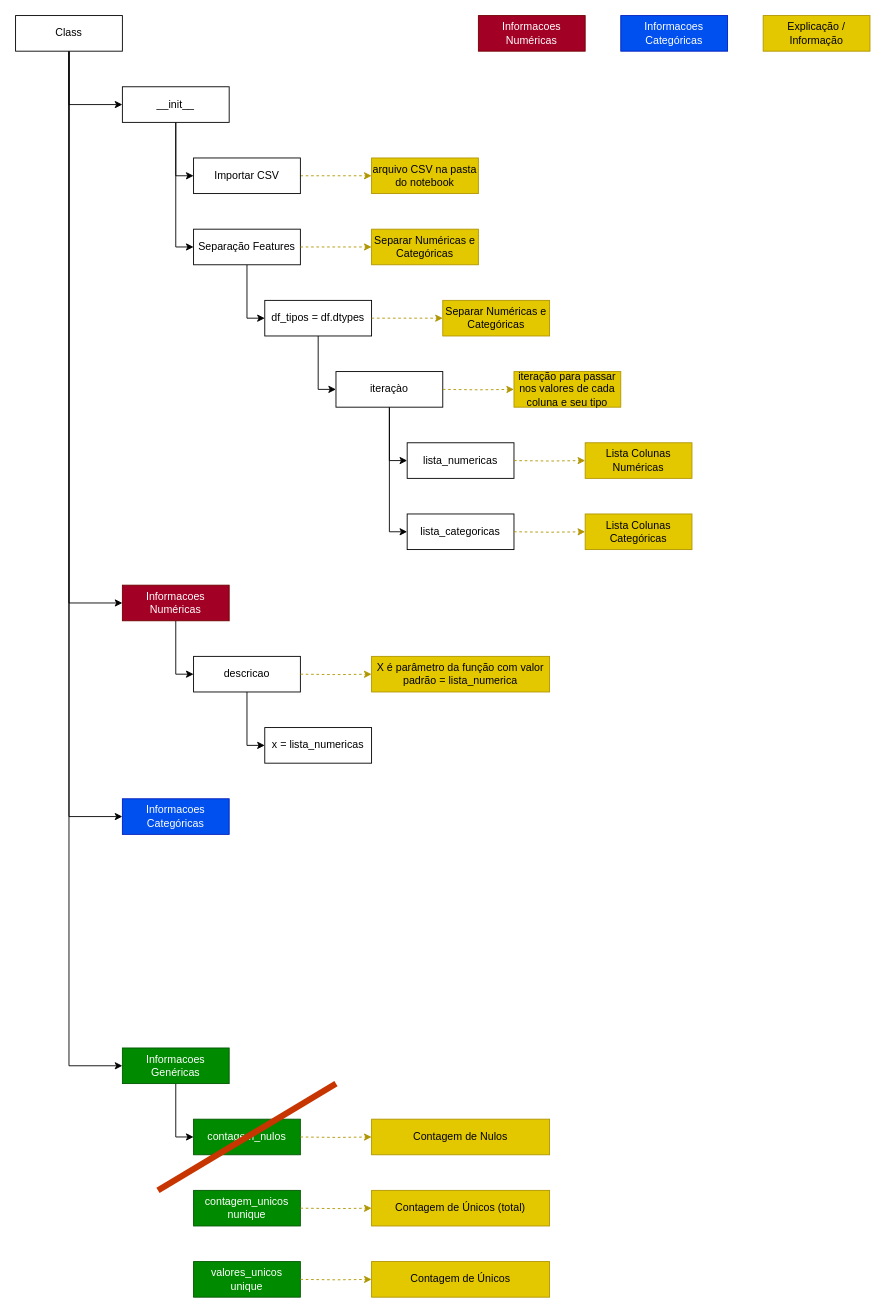
This is assets/Projeto_DataViz.drawio from MarceloHenriques/Projeto_Data_Quality, a draw.io file, before an edit. Source tidied: cells renumbered, new cells numbered last; positions are measured from the earlier drawing's top-left corner, leaving out a move shared by most shapes. Both pictures are drawn from the tidied source at 89%, with x=0, y=0 at pixel (15, 15).
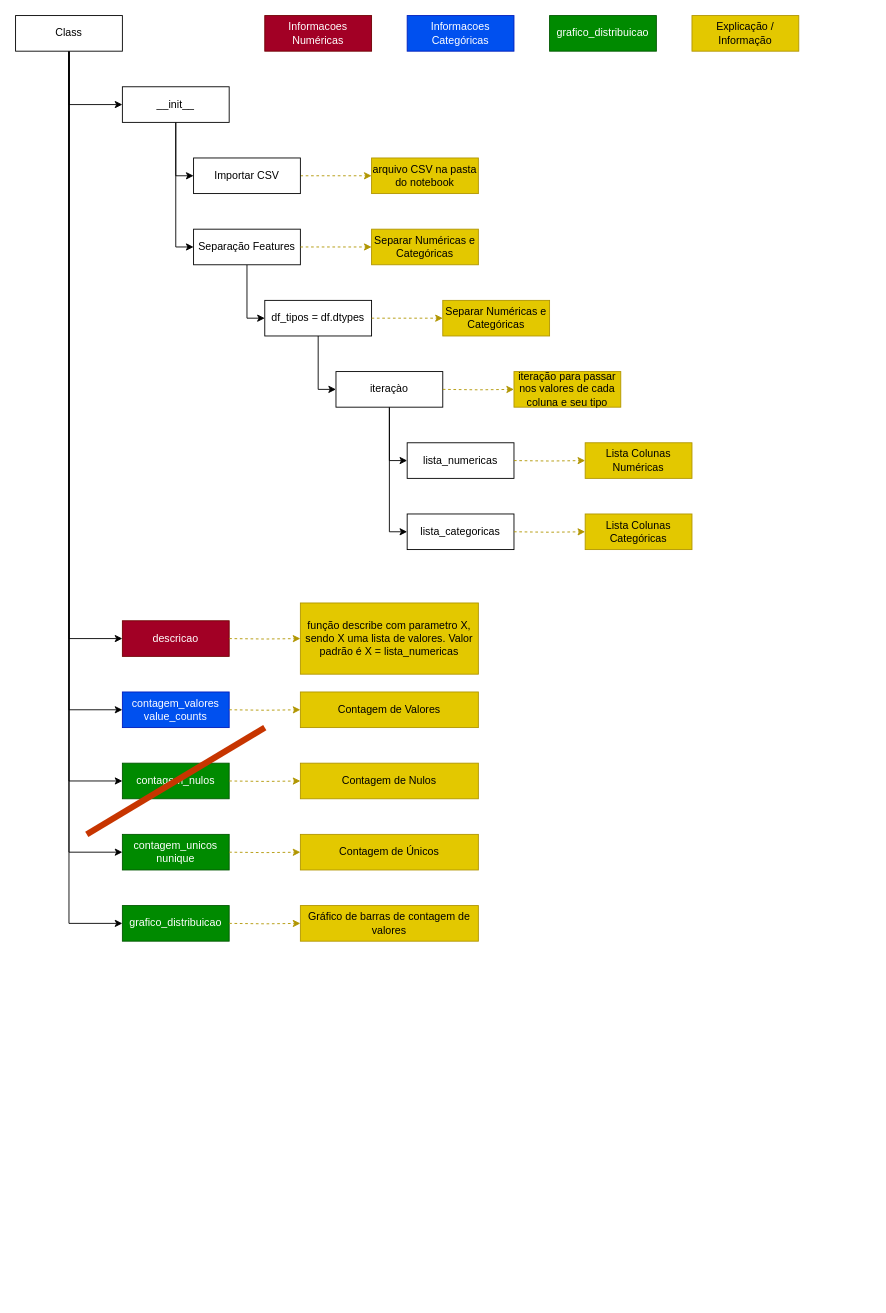
Above is the later version.

Unchanged cells that the change refers to:
```xml
<mxCell id="6" value="Class" style="rounded=0;whiteSpace=wrap;html=1;" parent="1" vertex="1">
  <mxGeometry width="120" height="40" as="geometry" />
</mxCell>
<mxCell id="41" value="__init__" style="rounded=0;whiteSpace=wrap;html=1;" parent="1" vertex="1">
  <mxGeometry x="120" y="80" width="120" height="40" as="geometry" />
</mxCell>
```

Change to the diagram source:
```diff
@@
-    <mxCell id="2" style="edgeStyle=orthogonalEdgeStyle;rounded=0;jettySize=auto;html=1;entryX=0;entryY=0.5;entryDx=0;entryDy=0;" parent="1" edge="1" source="6" target="15">
-      <mxGeometry relative="1" as="geometry" />
-    </mxCell>
-    <mxCell id="3" style="edgeStyle=orthogonalEdgeStyle;rounded=0;jettySize=auto;html=1;entryX=0;entryY=0.5;entryDx=0;entryDy=0;" parent="1" edge="1" source="6" target="31">
-      <mxGeometry relative="1" as="geometry" />
-    </mxCell>
-    <mxCell id="4" style="edgeStyle=orthogonalEdgeStyle;rounded=0;jettySize=auto;html=1;entryX=0;entryY=0.5;entryDx=0;entryDy=0;" parent="1" edge="1" source="6" target="33">
+    <mxCell id="4" style="edgeStyle=orthogonalEdgeStyle;rounded=0;jettySize=auto;html=1;entryX=0;entryY=0.5;entryDx=0;entryDy=0;exitX=0.5;exitY=1;exitDx=0;exitDy=0;" parent="1" edge="1" source="6" target="49">
       <mxGeometry relative="1" as="geometry" />
     </mxCell>
-    <mxCell id="5" style="edgeStyle=orthogonalEdgeStyle;rounded=0;jettySize=auto;html=1;entryX=0;entryY=0.5;entryDx=0;entryDy=0;" parent="1" edge="1" source="6" target="41">
+    <mxCell id="5" style="edgeStyle=orthogonalEdgeStyle;rounded=0;jettySize=auto;html=1;entryX=0;entryY=0.5;entryDx=0;entryDy=0;exitX=0.5;exitY=1;exitDx=0;exitDy=0;" parent="1" edge="1" source="6" target="41">
       <mxGeometry relative="1" as="geometry" />
     </mxCell>
+    <mxCell id="55" style="edgeStyle=orthogonalEdgeStyle;rounded=0;jettySize=auto;html=1;entryX=0;entryY=0.5;entryDx=0;entryDy=0;exitX=0.5;exitY=1;exitDx=0;exitDy=0;" parent="1" edge="1" source="6" target="35">
+      <mxGeometry relative="1" as="geometry" />
+    </mxCell>
+    <mxCell id="56" style="edgeStyle=orthogonalEdgeStyle;rounded=0;jettySize=auto;html=1;entryX=0;entryY=0.5;entryDx=0;entryDy=0;exitX=0.5;exitY=1;exitDx=0;exitDy=0;" parent="1" edge="1" source="6" target="52">
+      <mxGeometry relative="1" as="geometry" />
+    </mxCell>
+    <mxCell id="57" style="edgeStyle=orthogonalEdgeStyle;rounded=0;jettySize=auto;html=1;entryX=0;entryY=0.5;entryDx=0;entryDy=0;exitX=0.5;exitY=1;exitDx=0;exitDy=0;" parent="1" edge="1" source="6" target="59">
+      <mxGeometry relative="1" as="geometry" />
+    </mxCell>
+    <mxCell id="58" style="edgeStyle=orthogonalEdgeStyle;rounded=0;jettySize=auto;html=1;entryX=0;entryY=0.5;entryDx=0;entryDy=0;exitX=0.5;exitY=1;exitDx=0;exitDy=0;" parent="1" edge="1" source="6" target="45">
+      <mxGeometry relative="1" as="geometry" />
+    </mxCell>
@@
-    <mxCell id="14" style="edgeStyle=orthogonalEdgeStyle;rounded=0;jettySize=auto;html=1;entryX=0;entryY=0.5;entryDx=0;entryDy=0;" parent="1" edge="1" source="15" target="35">
-      <mxGeometry relative="1" as="geometry" />
-    </mxCell>
-    <mxCell id="15" value="Informacoes Numéricas" style="rounded=0;whiteSpace=wrap;html=1;fillColor=#a20025;fontColor=#ffffff;strokeColor=#6F0000;" parent="1" vertex="1">
-      <mxGeometry x="120" y="640" width="120" height="40" as="geometry" />
-    </mxCell>
@@
-    <mxCell id="31" value="Informacoes Categóricas" style="rounded=0;whiteSpace=wrap;html=1;fillColor=#0050ef;fontColor=#ffffff;strokeColor=#001DBC;" parent="1" vertex="1">
-      <mxGeometry x="120" y="880" width="120" height="40" as="geometry" />
-    </mxCell>
-    <mxCell id="32" style="edgeStyle=orthogonalEdgeStyle;rounded=0;jettySize=auto;html=1;entryX=0;entryY=0.5;entryDx=0;entryDy=0;" parent="1" edge="1" source="33" target="45">
-      <mxGeometry relative="1" as="geometry" />
-    </mxCell>
-    <mxCell id="33" value="Informacoes Genéricas" style="rounded=0;whiteSpace=wrap;html=1;fillColor=#008a00;fontColor=#ffffff;strokeColor=#005700;" parent="1" vertex="1">
-      <mxGeometry x="120" y="1160" width="120" height="40" as="geometry" />
-    </mxCell>
-    <mxCell id="34" style="edgeStyle=orthogonalEdgeStyle;rounded=0;jettySize=auto;html=1;entryX=0;entryY=0.5;entryDx=0;entryDy=0;" parent="1" edge="1" source="35" target="36">
-      <mxGeometry relative="1" as="geometry" />
-    </mxCell>
-    <mxCell id="35" value="descricao" style="rounded=0;whiteSpace=wrap;html=1;" parent="1" vertex="1">
-      <mxGeometry x="200" y="720" width="120" height="40" as="geometry" />
+    <mxCell id="35" value="descricao" style="rounded=0;whiteSpace=wrap;html=1;fillColor=#a20025;fontColor=#ffffff;strokeColor=#6F0000;" parent="1" vertex="1">
+      <mxGeometry x="120" y="680" width="120" height="40" as="geometry" />
     </mxCell>
-    <mxCell id="36" value="x = lista_numericas" style="rounded=0;whiteSpace=wrap;html=1;" parent="1" vertex="1">
-      <mxGeometry x="280" y="800" width="120" height="40" as="geometry" />
-    </mxCell>
-    <mxCell id="37" value="X é parâmetro da função com valor padrão = lista_numerica" style="rounded=0;whiteSpace=wrap;html=1;fillColor=#e3c800;fontColor=#000000;strokeColor=#B09500;" parent="1" vertex="1">
-      <mxGeometry x="400" y="720" width="200" height="40" as="geometry" />
+    <mxCell id="37" value="função describe com parametro X, sendo X uma lista de valores. Valor padrão é X = lista_numericas" style="rounded=0;whiteSpace=wrap;html=1;fillColor=#e3c800;fontColor=#000000;strokeColor=#B09500;" parent="1" vertex="1">
+      <mxGeometry x="320" y="660" width="200" height="80" as="geometry" />
     </mxCell>
     <mxCell id="38" style="edgeStyle=orthogonalEdgeStyle;rounded=0;jettySize=auto;html=1;dashed=1;fillColor=#e3c800;strokeColor=#B09500;entryX=0;entryY=0.5;entryDx=0;entryDy=0;exitX=1;exitY=0.5;exitDx=0;exitDy=0;" parent="1" edge="1" target="37">
       <mxGeometry relative="1" as="geometry">
-        <mxPoint x="320" y="740" as="sourcePoint" />
+        <mxPoint x="240" y="700" as="sourcePoint" />
       </mxGeometry>
     </mxCell>
@@
     <mxCell id="42" value="Informacoes Numéricas" style="rounded=0;whiteSpace=wrap;html=1;fillColor=#a20025;fontColor=#ffffff;strokeColor=#6F0000;" parent="1" vertex="1">
-      <mxGeometry x="520" width="120" height="40" as="geometry" />
+      <mxGeometry x="280" width="120" height="40" as="geometry" />
     </mxCell>
     <mxCell id="43" value="Informacoes Categóricas" style="rounded=0;whiteSpace=wrap;html=1;fillColor=#0050ef;fontColor=#ffffff;strokeColor=#001DBC;" parent="1" vertex="1">
-      <mxGeometry x="680" width="120" height="40" as="geometry" />
+      <mxGeometry x="440" width="120" height="40" as="geometry" />
     </mxCell>
     <mxCell id="44" value="Explicação / Informação" style="rounded=0;whiteSpace=wrap;html=1;fillColor=#e3c800;fontColor=#000000;strokeColor=#B09500;" parent="1" vertex="1">
-      <mxGeometry x="840" width="120" height="40" as="geometry" />
+      <mxGeometry x="760" width="120" height="40" as="geometry" />
     </mxCell>
     <mxCell id="45" value="contagem_nulos" style="rounded=0;whiteSpace=wrap;html=1;fillColor=#008a00;fontColor=#ffffff;strokeColor=#005700;" parent="1" vertex="1">
-      <mxGeometry x="200" y="1240" width="120" height="40" as="geometry" />
+      <mxGeometry x="120" y="840" width="120" height="40" as="geometry" />
     </mxCell>
     <mxCell id="46" style="endArrow=none;html=1;rounded=0;strokeWidth=7;fillColor=#fa6800;strokeColor=#C73500;" parent="1" edge="1">
       <mxGeometry relative="1" as="geometry">
-        <mxPoint x="160" y="1320" as="sourcePoint" />
-        <mxPoint x="360" y="1200" as="targetPoint" />
+        <mxPoint x="80" y="920" as="sourcePoint" />
+        <mxPoint x="280" y="800" as="targetPoint" />
       </mxGeometry>
     </mxCell>
     <mxCell id="47" value="Contagem de Nulos" style="rounded=0;whiteSpace=wrap;html=1;fillColor=#e3c800;fontColor=#000000;strokeColor=#B09500;" parent="1" vertex="1">
-      <mxGeometry x="400" y="1240" width="200" height="40" as="geometry" />
+      <mxGeometry x="320" y="840" width="200" height="40" as="geometry" />
     </mxCell>
     <mxCell id="48" style="edgeStyle=orthogonalEdgeStyle;rounded=0;jettySize=auto;html=1;dashed=1;fillColor=#e3c800;strokeColor=#B09500;entryX=0;entryY=0.5;entryDx=0;entryDy=0;exitX=1;exitY=0.5;exitDx=0;exitDy=0;" parent="1" edge="1" target="47">
       <mxGeometry relative="1" as="geometry">
-        <mxPoint x="320" y="1260" as="sourcePoint" />
+        <mxPoint x="240" y="860" as="sourcePoint" />
       </mxGeometry>
     </mxCell>
     <mxCell id="49" value="contagem_unicos&lt;div&gt;nunique&lt;/div&gt;" style="rounded=0;whiteSpace=wrap;html=1;fillColor=#008a00;fontColor=#ffffff;strokeColor=#005700;" parent="1" vertex="1">
-      <mxGeometry x="200" y="1320" width="120" height="40" as="geometry" />
+      <mxGeometry x="120" y="920" width="120" height="40" as="geometry" />
     </mxCell>
-    <mxCell id="50" value="Contagem de Únicos (total)" style="rounded=0;whiteSpace=wrap;html=1;fillColor=#e3c800;fontColor=#000000;strokeColor=#B09500;" parent="1" vertex="1">
-      <mxGeometry x="400" y="1320" width="200" height="40" as="geometry" />
+    <mxCell id="50" value="Contagem de Únicos" style="rounded=0;whiteSpace=wrap;html=1;fillColor=#e3c800;fontColor=#000000;strokeColor=#B09500;" parent="1" vertex="1">
+      <mxGeometry x="320" y="920" width="200" height="40" as="geometry" />
     </mxCell>
     <mxCell id="51" style="edgeStyle=orthogonalEdgeStyle;rounded=0;jettySize=auto;html=1;dashed=1;fillColor=#e3c800;strokeColor=#B09500;entryX=0;entryY=0.5;entryDx=0;entryDy=0;exitX=1;exitY=0.5;exitDx=0;exitDy=0;" parent="1" edge="1" target="50">
       <mxGeometry relative="1" as="geometry">
-        <mxPoint x="320" y="1340" as="sourcePoint" />
+        <mxPoint x="240" y="940" as="sourcePoint" />
       </mxGeometry>
     </mxCell>
-    <mxCell id="52" value="valores_unicos&lt;div&gt;unique&lt;/div&gt;" style="rounded=0;whiteSpace=wrap;html=1;fillColor=#008a00;fontColor=#ffffff;strokeColor=#005700;" parent="1" vertex="1">
-      <mxGeometry x="200" y="1400" width="120" height="40" as="geometry" />
+    <mxCell id="52" value="contagem_valores&lt;div&gt;value_counts&lt;/div&gt;" style="rounded=0;whiteSpace=wrap;html=1;fillColor=#0050ef;fontColor=#ffffff;strokeColor=#001DBC;" parent="1" vertex="1">
+      <mxGeometry x="120" y="760" width="120" height="40" as="geometry" />
     </mxCell>
-    <mxCell id="53" value="Contagem de Únicos" style="rounded=0;whiteSpace=wrap;html=1;fillColor=#e3c800;fontColor=#000000;strokeColor=#B09500;" parent="1" vertex="1">
-      <mxGeometry x="400" y="1400" width="200" height="40" as="geometry" />
+    <mxCell id="53" value="Contagem de Valores" style="rounded=0;whiteSpace=wrap;html=1;fillColor=#e3c800;fontColor=#000000;strokeColor=#B09500;" parent="1" vertex="1">
+      <mxGeometry x="320" y="760" width="200" height="40" as="geometry" />
     </mxCell>
     <mxCell id="54" style="edgeStyle=orthogonalEdgeStyle;rounded=0;jettySize=auto;html=1;dashed=1;fillColor=#e3c800;strokeColor=#B09500;entryX=0;entryY=0.5;entryDx=0;entryDy=0;exitX=1;exitY=0.5;exitDx=0;exitDy=0;" parent="1" edge="1" target="53">
       <mxGeometry relative="1" as="geometry">
-        <mxPoint x="320" y="1420" as="sourcePoint" />
+        <mxPoint x="240" y="780" as="sourcePoint" />
       </mxGeometry>
     </mxCell>
+    <mxCell id="59" value="grafico_distribuicao" style="rounded=0;whiteSpace=wrap;html=1;fillColor=#008a00;fontColor=#ffffff;strokeColor=#005700;" parent="1" vertex="1">
+      <mxGeometry x="120" y="1000" width="120" height="40" as="geometry" />
+    </mxCell>
+    <mxCell id="60" value="Gráfico de barras de contagem de valores" style="rounded=0;whiteSpace=wrap;html=1;fillColor=#e3c800;fontColor=#000000;strokeColor=#B09500;" parent="1" vertex="1">
+      <mxGeometry x="320" y="1000" width="200" height="40" as="geometry" />
+    </mxCell>
+    <mxCell id="61" style="edgeStyle=orthogonalEdgeStyle;rounded=0;jettySize=auto;html=1;dashed=1;fillColor=#e3c800;strokeColor=#B09500;entryX=0;entryY=0.5;entryDx=0;entryDy=0;exitX=1;exitY=0.5;exitDx=0;exitDy=0;" parent="1" edge="1" target="60">
+      <mxGeometry relative="1" as="geometry">
+        <mxPoint x="240" y="1020" as="sourcePoint" />
+      </mxGeometry>
+    </mxCell>
+    <mxCell id="62" value="grafico_distribuicao" style="rounded=0;whiteSpace=wrap;html=1;fillColor=#008a00;fontColor=#ffffff;strokeColor=#005700;" parent="1" vertex="1">
+      <mxGeometry x="600" width="120" height="40" as="geometry" />
+    </mxCell>
```
